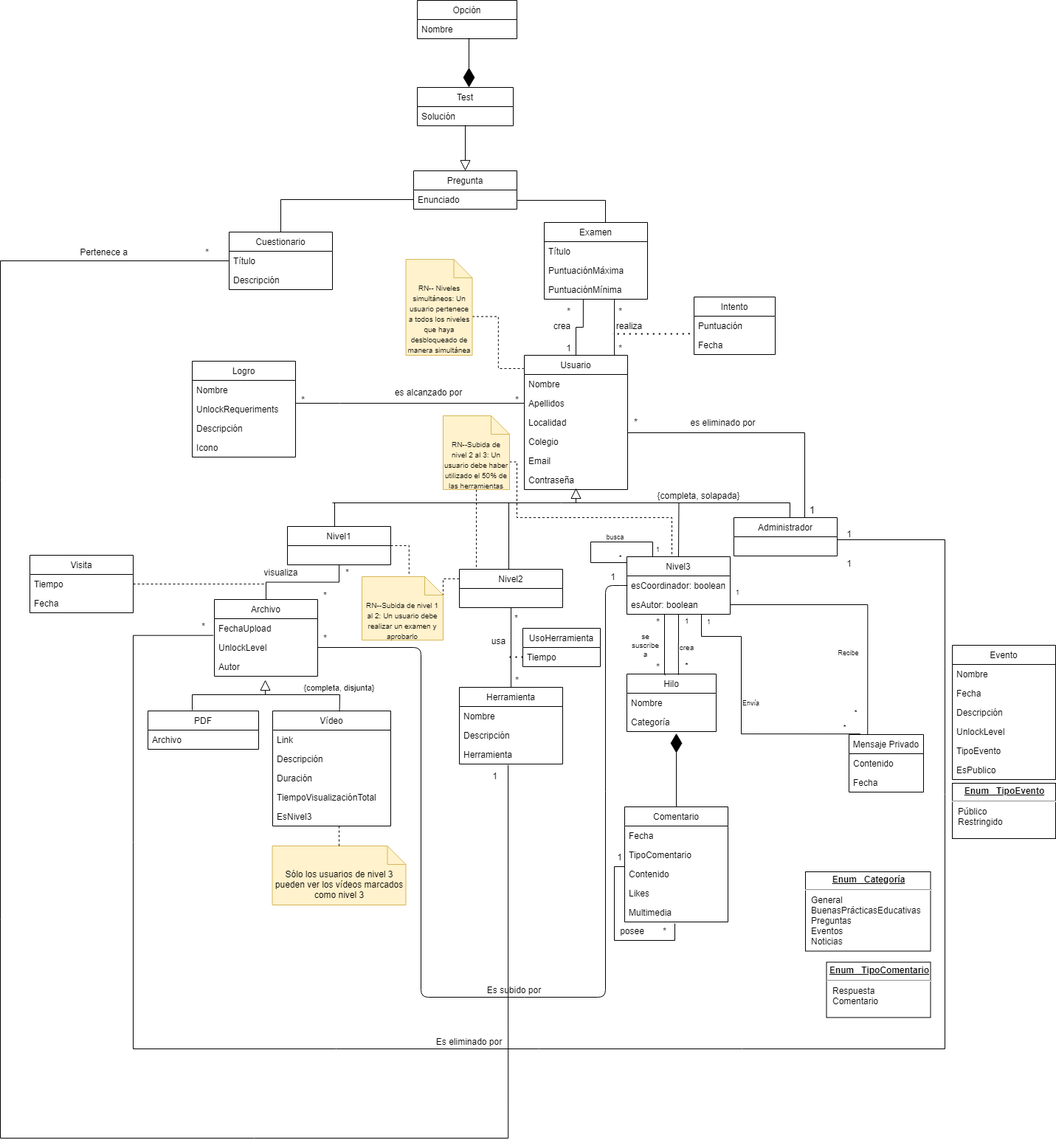
Above: ModeladoConceptual.png in gii-is-DP1/dp1-2020-g2-13 (draw.io), before the change. Source tidied: cells renumbered, new cells last; positions are measured from the earlier drawing's top-left corner, leaving out a move shared by most shapes.
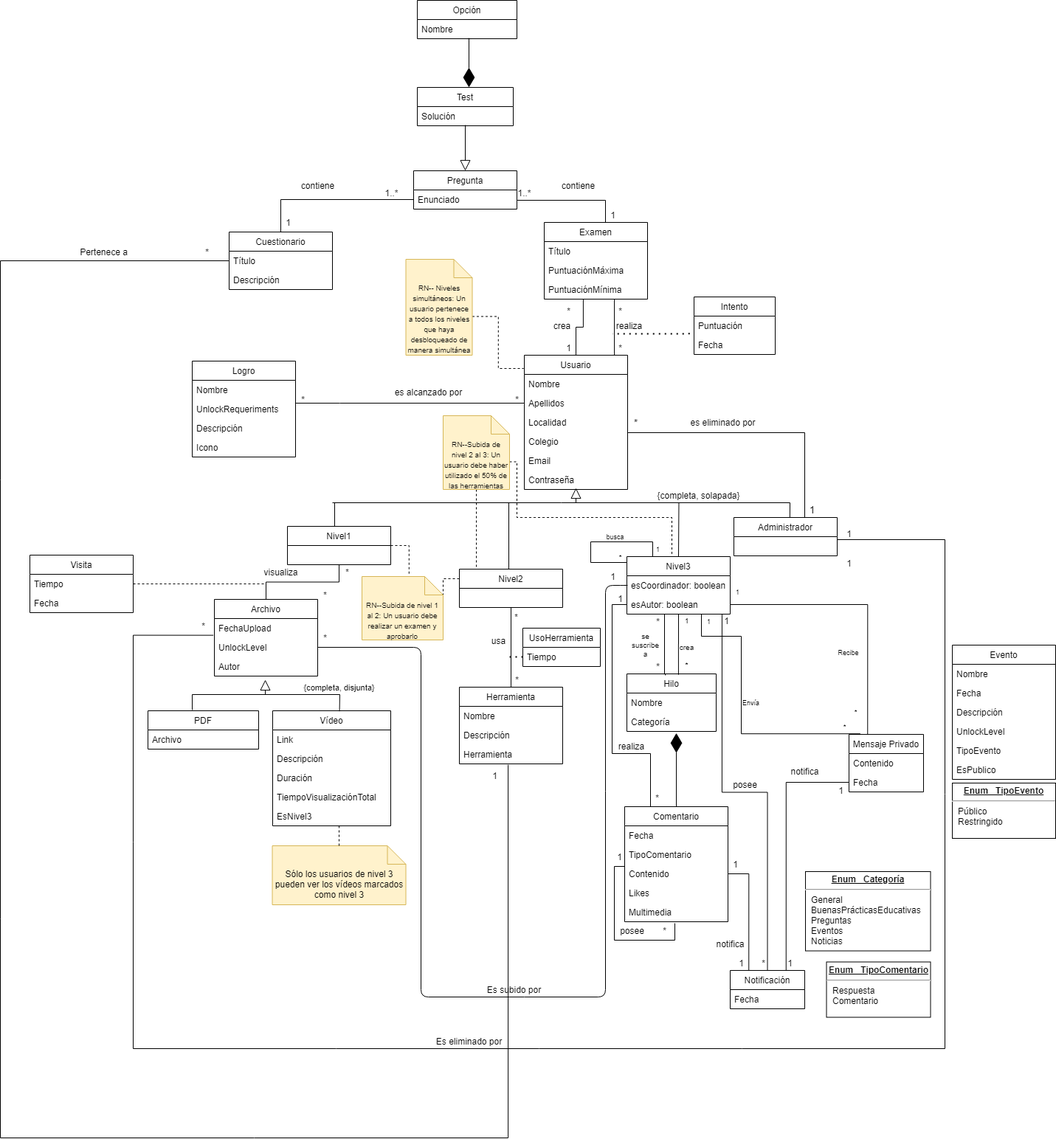
The same file after the commit.

Commit message:
Actualizar el modelado conceptual en formato png

What changed in the source:
```diff
@@ -627,5 +627,83 @@
     <mxCell id="169" value="&lt;span style=&quot;font-size: 10px&quot;&gt;RN-- Niveles simultáneos: Un usuario pertenece a todos los niveles que haya desbloqueado de manera simultánea&lt;/span&gt;" style="shape=note2;boundedLbl=1;whiteSpace=wrap;html=1;size=25;verticalAlign=top;align=center;fillColor=#fff2cc;strokeColor=#d6b656;" parent="1" vertex="1">
       <mxGeometry x="549.5" y="351" width="90" height="130" as="geometry" />
     </mxCell>
+    <mxCell id="170" style="edgeStyle=orthogonalEdgeStyle;rounded=0;jettySize=auto;html=1;exitX=0.5;exitY=0;exitDx=0;exitDy=0;entryX=0.921;entryY=1;entryDx=0;entryDy=0;entryPerimeter=0;endArrow=none;endFill=0;" parent="1" edge="1" source="171" target="62">
+      <mxGeometry relative="1" as="geometry" />
+    </mxCell>
+    <mxCell id="171" value="Notificación" style="swimlane;fontStyle=0;horizontal=1;startSize=26;fillColor=none;" parent="1" vertex="1">
+      <mxGeometry x="989" y="1315" width="101" height="52" as="geometry" />
+    </mxCell>
+    <mxCell id="172" value="Fecha" style="text;strokeColor=none;fillColor=none;align=left;verticalAlign=top;spacingLeft=4;spacingRight=4;overflow=hidden;" parent="171" vertex="1">
+      <mxGeometry y="26" width="101" height="26" as="geometry" />
+    </mxCell>
+    <mxCell id="173" style="edgeStyle=orthogonalEdgeStyle;rounded=0;jettySize=auto;html=1;exitX=1;exitY=0.5;exitDx=0;exitDy=0;entryX=0.25;entryY=0;entryDx=0;entryDy=0;endArrow=none;endFill=0;" parent="1" edge="1" source="28" target="171">
+      <mxGeometry relative="1" as="geometry" />
+    </mxCell>
+    <mxCell id="174" style="edgeStyle=orthogonalEdgeStyle;rounded=0;jettySize=auto;html=1;exitX=0;exitY=0.5;exitDx=0;exitDy=0;entryX=0.75;entryY=0;entryDx=0;entryDy=0;endArrow=none;endFill=0;" parent="1" edge="1" source="117" target="171">
+      <mxGeometry relative="1" as="geometry" />
+    </mxCell>
+    <mxCell id="175" value="1" style="text;html=1;align=center;verticalAlign=middle;" parent="1" vertex="1">
+      <mxGeometry x="974" y="831" width="20" height="20" as="geometry" />
+    </mxCell>
+    <mxCell id="176" value="*" style="text;html=1;align=center;verticalAlign=middle;" parent="1" vertex="1">
+      <mxGeometry x="1024" y="1295" width="20" height="20" as="geometry" />
+    </mxCell>
+    <mxCell id="177" value="1" style="text;html=1;align=center;verticalAlign=middle;" parent="1" vertex="1">
+      <mxGeometry x="994" y="1295" width="20" height="20" as="geometry" />
+    </mxCell>
+    <mxCell id="178" value="1" style="text;html=1;align=center;verticalAlign=middle;" parent="1" vertex="1">
+      <mxGeometry x="986" y="1161" width="20" height="20" as="geometry" />
+    </mxCell>
+    <mxCell id="179" value="1" style="text;html=1;align=center;verticalAlign=middle;" parent="1" vertex="1">
+      <mxGeometry x="1060" y="1295" width="20" height="20" as="geometry" />
+    </mxCell>
+    <mxCell id="180" value="1" style="text;html=1;align=center;verticalAlign=middle;" parent="1" vertex="1">
+      <mxGeometry x="1129" y="1061" width="20" height="20" as="geometry" />
+    </mxCell>
+    <mxCell id="181" value="notifica" style="text;html=1;align=center;verticalAlign=middle;" parent="1" vertex="1">
+      <mxGeometry x="1065" y="1035" width="50" height="20" as="geometry" />
+    </mxCell>
+    <mxCell id="182" value="notifica" style="text;html=1;align=center;verticalAlign=middle;" parent="1" vertex="1">
+      <mxGeometry x="964" y="1268.5" width="50" height="20" as="geometry" />
+    </mxCell>
+    <mxCell id="183" value="posee" style="text;html=1;align=center;verticalAlign=middle;" parent="1" vertex="1">
+      <mxGeometry x="984" y="1053" width="50" height="20" as="geometry" />
+    </mxCell>
+    <mxCell id="184" style="edgeStyle=orthogonalEdgeStyle;rounded=0;jettySize=auto;html=1;exitX=0;exitY=0.5;exitDx=0;exitDy=0;entryX=0.25;entryY=0;entryDx=0;entryDy=0;endArrow=none;endFill=0;" parent="1" edge="1" source="62" target="25">
+      <mxGeometry relative="1" as="geometry">
+        <Array as="points">
+          <mxPoint x="829" y="819" />
+          <mxPoint x="829" y="1021" />
+          <mxPoint x="881" y="1021" />
+        </Array>
+      </mxGeometry>
+    </mxCell>
+    <mxCell id="185" value="*" style="text;html=1;align=center;verticalAlign=middle;" parent="1" vertex="1">
+      <mxGeometry x="880" y="1071" width="20" height="20" as="geometry" />
+    </mxCell>
+    <mxCell id="186" value="1" style="text;html=1;align=center;verticalAlign=middle;" parent="1" vertex="1">
+      <mxGeometry x="830" y="801" width="20" height="20" as="geometry" />
+    </mxCell>
+    <mxCell id="187" value="realiza" style="text;html=1;align=center;verticalAlign=middle;" parent="1" vertex="1">
+      <mxGeometry x="830" y="1001" width="50" height="20" as="geometry" />
+    </mxCell>
+    <mxCell id="188" value="1..*" style="text;html=1;align=center;verticalAlign=middle;" parent="1" vertex="1">
+      <mxGeometry x="695" y="251" width="30" height="20" as="geometry" />
+    </mxCell>
+    <mxCell id="189" value="1" style="text;html=1;align=center;verticalAlign=middle;" parent="1" vertex="1">
+      <mxGeometry x="820" y="281" width="20" height="20" as="geometry" />
+    </mxCell>
+    <mxCell id="190" value="1..*" style="text;html=1;align=center;verticalAlign=middle;" parent="1" vertex="1">
+      <mxGeometry x="515" y="251" width="30" height="20" as="geometry" />
+    </mxCell>
+    <mxCell id="191" value="1" style="text;html=1;align=center;verticalAlign=middle;" parent="1" vertex="1">
+      <mxGeometry x="380" y="291" width="20" height="20" as="geometry" />
+    </mxCell>
+    <mxCell id="192" value="contiene" style="text;html=1;align=center;verticalAlign=middle;" parent="1" vertex="1">
+      <mxGeometry x="400" y="241" width="60" height="20" as="geometry" />
+    </mxCell>
+    <mxCell id="193" value="contiene" style="text;html=1;align=center;verticalAlign=middle;" parent="1" vertex="1">
+      <mxGeometry x="753" y="241" width="60" height="20" as="geometry" />
+    </mxCell>
   </root>
 </mxGraphModel>
```
